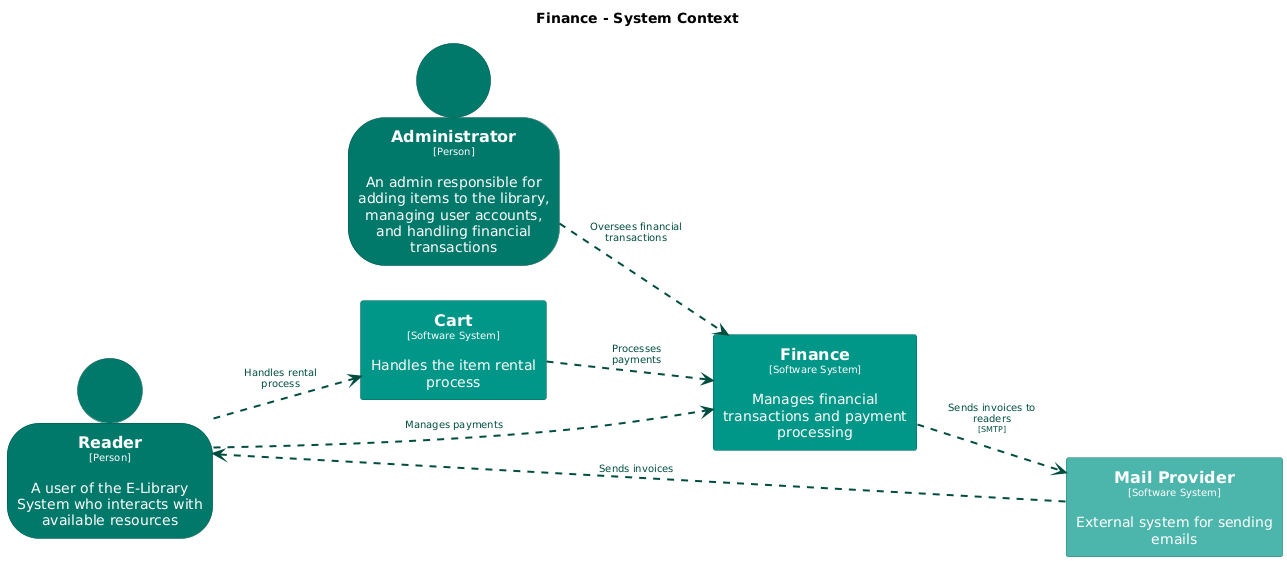
Above: main/png/SystemContext-006.png in Goodmorning918/E-Library-Architecture (PlantUML), before the change.
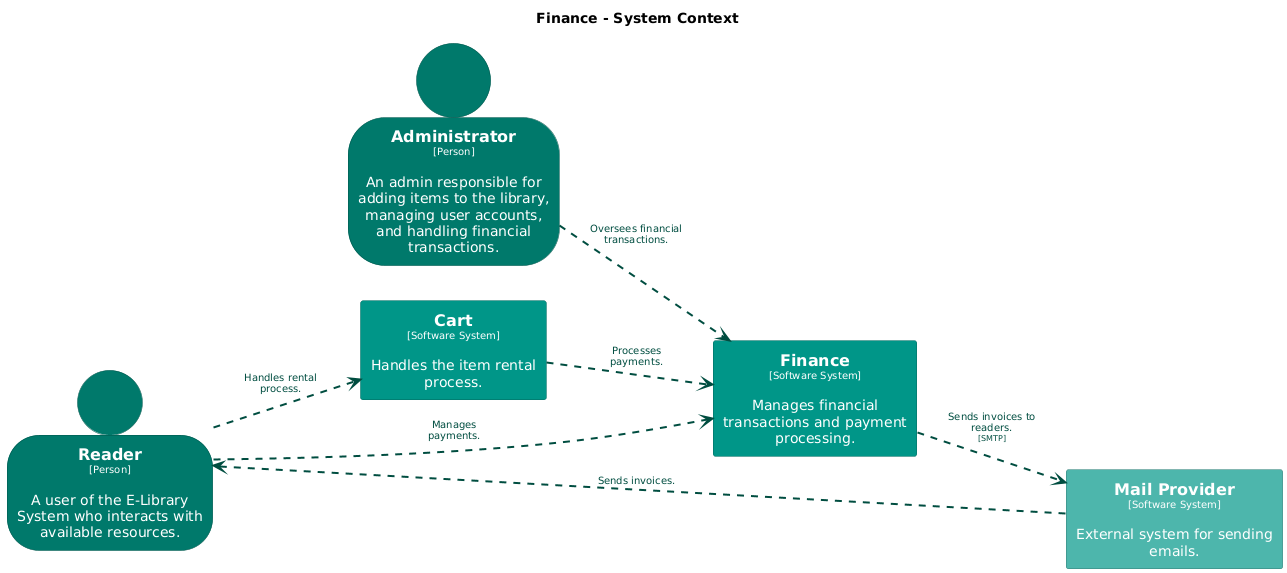
The same diagram one commit later.

The edit, as a diff of the source:
```diff
@@ -44,16 +44,16 @@
   shadowing false
 }
 
-person "==Reader\n<size:10>[Person]</size>\n\nA user of the E-Library System who interacts with available resources" <<Reader>> as Reader
-rectangle "==Cart\n<size:10>[Software System]</size>\n\nHandles the item rental process" <<Cart>> as Cart
-person "==Administrator\n<size:10>[Person]</size>\n\nAn admin responsible for adding items to the library, managing user accounts, and handling financial transactions" <<Administrator>> as Administrator
-rectangle "==Finance\n<size:10>[Software System]</size>\n\nManages financial transactions and payment processing" <<Finance>> as Finance
-rectangle "==Mail Provider\n<size:10>[Software System]</size>\n\nExternal system for sending emails" <<MailProvider>> as MailProvider
+person "==Reader\n<size:10>[Person]</size>\n\nA user of the E-Library System who interacts with available resources." <<Reader>> as Reader
+rectangle "==Cart\n<size:10>[Software System]</size>\n\nHandles the item rental process." <<Cart>> as Cart
+person "==Administrator\n<size:10>[Person]</size>\n\nAn admin responsible for adding items to the library, managing user accounts, and handling financial transactions." <<Administrator>> as Administrator
+rectangle "==Finance\n<size:10>[Software System]</size>\n\nManages financial transactions and payment processing." <<Finance>> as Finance
+rectangle "==Mail Provider\n<size:10>[Software System]</size>\n\nExternal system for sending emails." <<MailProvider>> as MailProvider
 
-Reader .[#004d40,thickness=2].> Cart : "<color:#004d40>Handles rental process"
-Reader .[#004d40,thickness=2].> Finance : "<color:#004d40>Manages payments"
-Cart .[#004d40,thickness=2].> Finance : "<color:#004d40>Processes payments"
-Administrator .[#004d40,thickness=2].> Finance : "<color:#004d40>Oversees financial transactions"
-MailProvider .[#004d40,thickness=2].> Reader : "<color:#004d40>Sends invoices"
-Finance .[#004d40,thickness=2].> MailProvider : "<color:#004d40>Sends invoices to readers\n<color:#004d40><size:8>[SMTP]</size>"
+Reader .[#004d40,thickness=2].> Cart : "<color:#004d40>Handles rental process."
+Reader .[#004d40,thickness=2].> Finance : "<color:#004d40>Manages payments."
+Cart .[#004d40,thickness=2].> Finance : "<color:#004d40>Processes payments."
+Administrator .[#004d40,thickness=2].> Finance : "<color:#004d40>Oversees financial transactions."
+MailProvider .[#004d40,thickness=2].> Reader : "<color:#004d40>Sends invoices."
+Finance .[#004d40,thickness=2].> MailProvider : "<color:#004d40>Sends invoices to readers.\n<color:#004d40><size:8>[SMTP]</size>"
 @enduml
```
